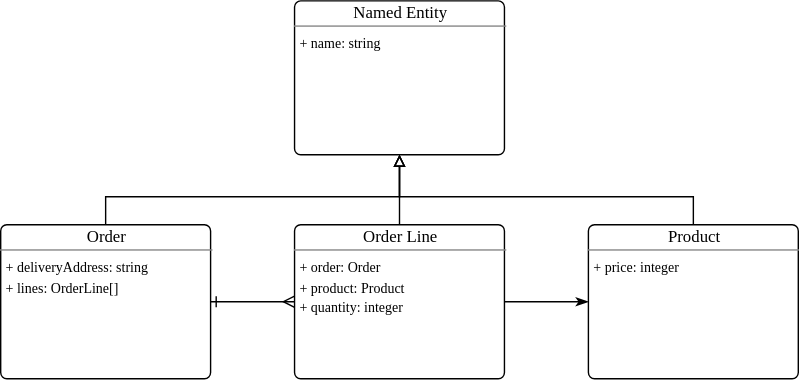
frusal/frusal-example-schema-by-javascript keeps this draw.io diagram as uml-diagram.svg. Above is the earlier version. Source tidied: cells renumbered, new cells last; positions are measured from the earlier drawing's top-left corner, leaving out a move shared by most shapes.
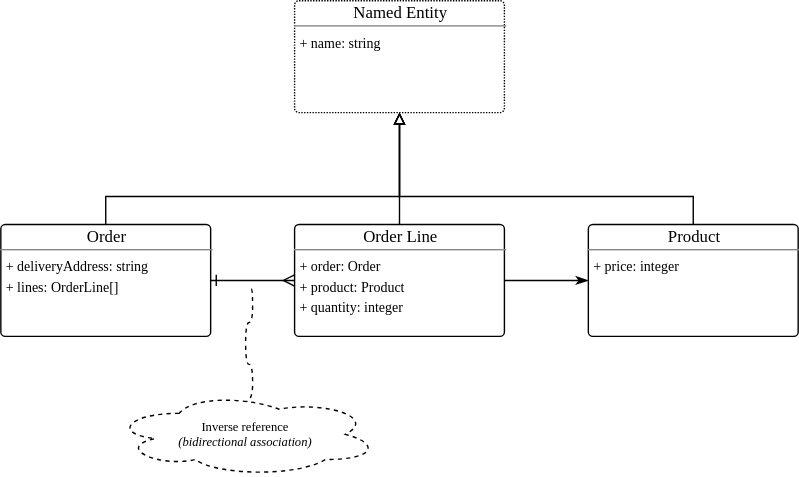
Above is the later version.

Commit message:
Added annotation on inverse reference

Diff of the diagram source:
```diff
@@ -2,8 +2,8 @@
   <root>
     <mxCell id="0" />
     <mxCell id="1" parent="0" />
-    <mxCell id="2" value="&lt;p style=&quot;margin: 0px ; margin-top: 2px ; text-align: center&quot;&gt;&lt;span style=&quot;font-family: &amp;#34;comic sans ms&amp;#34;&quot;&gt;Named Entity&lt;/span&gt;&lt;br&gt;&lt;/p&gt;&lt;hr style=&quot;margin: 2px 0 4px 0 ; height: 1px ; border: none ; background-color: #888&quot;&gt;&lt;p style=&quot;margin: 0px 0px 0px 4px&quot;&gt;&lt;font face=&quot;Comic Sans MS&quot;&gt;&lt;span style=&quot;font-size: 10px&quot;&gt;+ name: string&lt;/span&gt;&lt;/font&gt;&lt;/p&gt;" style="verticalAlign=top;align=left;overflow=fill;fontSize=12;fontFamily=Helvetica;html=1;rounded=1;arcSize=4;" parent="1" vertex="1">
-      <mxGeometry x="210" width="150" height="110" as="geometry" />
+    <mxCell id="2" value="&lt;p style=&quot;margin: 0px ; margin-top: 2px ; text-align: center&quot;&gt;&lt;span style=&quot;font-family: &amp;#34;comic sans ms&amp;#34;&quot;&gt;Named Entity&lt;/span&gt;&lt;br&gt;&lt;/p&gt;&lt;hr style=&quot;margin: 2px 0 4px 0 ; height: 1px ; border: none ; background-color: #888&quot;&gt;&lt;p style=&quot;margin: 0px 0px 0px 4px&quot;&gt;&lt;font face=&quot;Comic Sans MS&quot;&gt;&lt;span style=&quot;font-size: 10px&quot;&gt;+ name: string&lt;/span&gt;&lt;/font&gt;&lt;/p&gt;" style="verticalAlign=top;align=left;overflow=fill;fontSize=12;fontFamily=Helvetica;html=1;rounded=1;arcSize=4;dashed=1;dashPattern=1 1;" parent="1" vertex="1">
+      <mxGeometry x="210" width="150" height="80" as="geometry" />
     </mxCell>
     <mxCell id="3" style="edgeStyle=orthogonalEdgeStyle;rounded=0;jettySize=auto;html=1;endArrow=block;endFill=0;" parent="1" edge="1" source="4" target="2">
       <mxGeometry relative="1" as="geometry">
@@ -14,7 +14,7 @@
       </mxGeometry>
     </mxCell>
     <mxCell id="4" value="&lt;p style=&quot;margin: 0px ; margin-top: 2px ; text-align: center&quot;&gt;&lt;span style=&quot;font-family: &amp;#34;comic sans ms&amp;#34;&quot;&gt;Product&lt;/span&gt;&lt;br&gt;&lt;/p&gt;&lt;hr style=&quot;margin: 2px 0 4px 0 ; height: 1px ; border: none ; background-color: #888&quot;&gt;&lt;p style=&quot;margin: 0px 0px 0px 4px&quot;&gt;&lt;font face=&quot;Comic Sans MS&quot;&gt;&lt;span style=&quot;font-size: 10px&quot;&gt;+ price: integer&lt;/span&gt;&lt;/font&gt;&lt;/p&gt;" style="verticalAlign=top;align=left;overflow=fill;fontSize=12;fontFamily=Helvetica;html=1;rounded=1;arcSize=4;" parent="1" vertex="1">
-      <mxGeometry x="420" y="160" width="150" height="110" as="geometry" />
+      <mxGeometry x="420" y="160" width="150" height="80" as="geometry" />
     </mxCell>
     <mxCell id="5" style="edgeStyle=orthogonalEdgeStyle;rounded=0;jettySize=auto;html=1;entryX=0.5;entryY=1;entryDx=0;entryDy=0;endArrow=block;endFill=0;" parent="1" edge="1" source="7" target="2">
       <mxGeometry relative="1" as="geometry">
@@ -28,7 +28,7 @@
       <mxGeometry relative="1" as="geometry" />
     </mxCell>
     <mxCell id="7" value="&lt;p style=&quot;margin: 0px ; margin-top: 2px ; text-align: center&quot;&gt;&lt;span style=&quot;font-family: &amp;#34;comic sans ms&amp;#34;&quot;&gt;Order&lt;/span&gt;&lt;br&gt;&lt;/p&gt;&lt;hr style=&quot;margin: 2px 0 4px 0 ; height: 1px ; border: none ; background-color: #888&quot;&gt;&lt;p style=&quot;margin: 0px 0px 0px 4px&quot;&gt;&lt;font face=&quot;Comic Sans MS&quot;&gt;&lt;span style=&quot;font-size: 10px&quot;&gt;+ deliveryAddress: string&lt;/span&gt;&lt;/font&gt;&lt;/p&gt;&lt;p style=&quot;margin: 0px 0px 0px 4px&quot;&gt;&lt;font face=&quot;Comic Sans MS&quot;&gt;&lt;span style=&quot;font-size: 10px&quot;&gt;+ lines: OrderLine[]&lt;/span&gt;&lt;/font&gt;&lt;/p&gt;" style="verticalAlign=top;align=left;overflow=fill;fontSize=12;fontFamily=Helvetica;html=1;rounded=1;arcSize=4;" parent="1" vertex="1">
-      <mxGeometry y="160" width="150" height="110" as="geometry" />
+      <mxGeometry y="160" width="150" height="80" as="geometry" />
     </mxCell>
     <mxCell id="8" style="edgeStyle=orthogonalEdgeStyle;rounded=0;jettySize=auto;html=1;entryX=0.5;entryY=1;entryDx=0;entryDy=0;endArrow=block;endFill=0;" parent="1" edge="1" source="10" target="2">
       <mxGeometry relative="1" as="geometry" />
@@ -37,7 +37,22 @@
       <mxGeometry relative="1" as="geometry" />
     </mxCell>
     <mxCell id="10" value="&lt;p style=&quot;margin: 0px ; margin-top: 2px ; text-align: center&quot;&gt;&lt;span style=&quot;font-family: &amp;#34;comic sans ms&amp;#34;&quot;&gt;Order Line&lt;/span&gt;&lt;br&gt;&lt;/p&gt;&lt;hr style=&quot;margin: 2px 0 4px 0 ; height: 1px ; border: none ; background-color: #888&quot;&gt;&lt;p style=&quot;margin: 0px 0px 0px 4px&quot;&gt;&lt;font face=&quot;Comic Sans MS&quot;&gt;&lt;span style=&quot;font-size: 10px&quot;&gt;+ order: Order&lt;/span&gt;&lt;/font&gt;&lt;/p&gt;&lt;p style=&quot;margin: 0px 0px 0px 4px&quot;&gt;&lt;font face=&quot;Comic Sans MS&quot;&gt;&lt;span style=&quot;font-size: 10px&quot;&gt;+ product: Product&lt;/span&gt;&lt;/font&gt;&lt;/p&gt;&lt;p style=&quot;margin: 0px 0px 0px 4px&quot;&gt;&lt;font face=&quot;Comic Sans MS&quot;&gt;&lt;span style=&quot;font-size: 10px&quot;&gt;+ quantity: integer&lt;/span&gt;&lt;/font&gt;&lt;/p&gt;" style="verticalAlign=top;align=left;overflow=fill;fontSize=12;fontFamily=Helvetica;html=1;rounded=1;arcSize=4;" parent="1" vertex="1">
-      <mxGeometry x="210" y="160" width="150" height="110" as="geometry" />
+      <mxGeometry x="210" y="160" width="150" height="80" as="geometry" />
     </mxCell>
+    <mxCell id="11" style="edgeStyle=orthogonalEdgeStyle;rounded=0;jettySize=auto;html=1;exitX=0.493;exitY=0.122;exitDx=0;exitDy=0;exitPerimeter=0;startArrow=none;startFill=0;endArrow=none;endFill=0;fontFamily=Comic Sans MS;fontSize=10;dashed=1;elbow=vertical;curved=1;" parent="1" edge="1" source="12">
+      <mxGeometry relative="1" as="geometry">
+        <mxPoint x="179" y="206" as="targetPoint" />
+        <Array as="points">
+          <mxPoint x="180" y="287" />
+          <mxPoint x="180" y="260" />
+          <mxPoint x="175" y="260" />
+          <mxPoint x="175" y="230" />
+          <mxPoint x="180" y="230" />
+        </Array>
+      </mxGeometry>
+    </mxCell>
+    <mxCell id="12" value="Inverse reference&lt;br&gt;&lt;i&gt;(bidirectional association)&lt;/i&gt;" style="ellipse;shape=cloud;whiteSpace=wrap;html=1;dashed=1;fontFamily=Comic Sans MS;fontSize=9;" parent="1" vertex="1">
+      <mxGeometry x="80" y="280" width="190" height="60" as="geometry" />
+    </mxCell>
   </root>
 </mxGraphModel>
```
